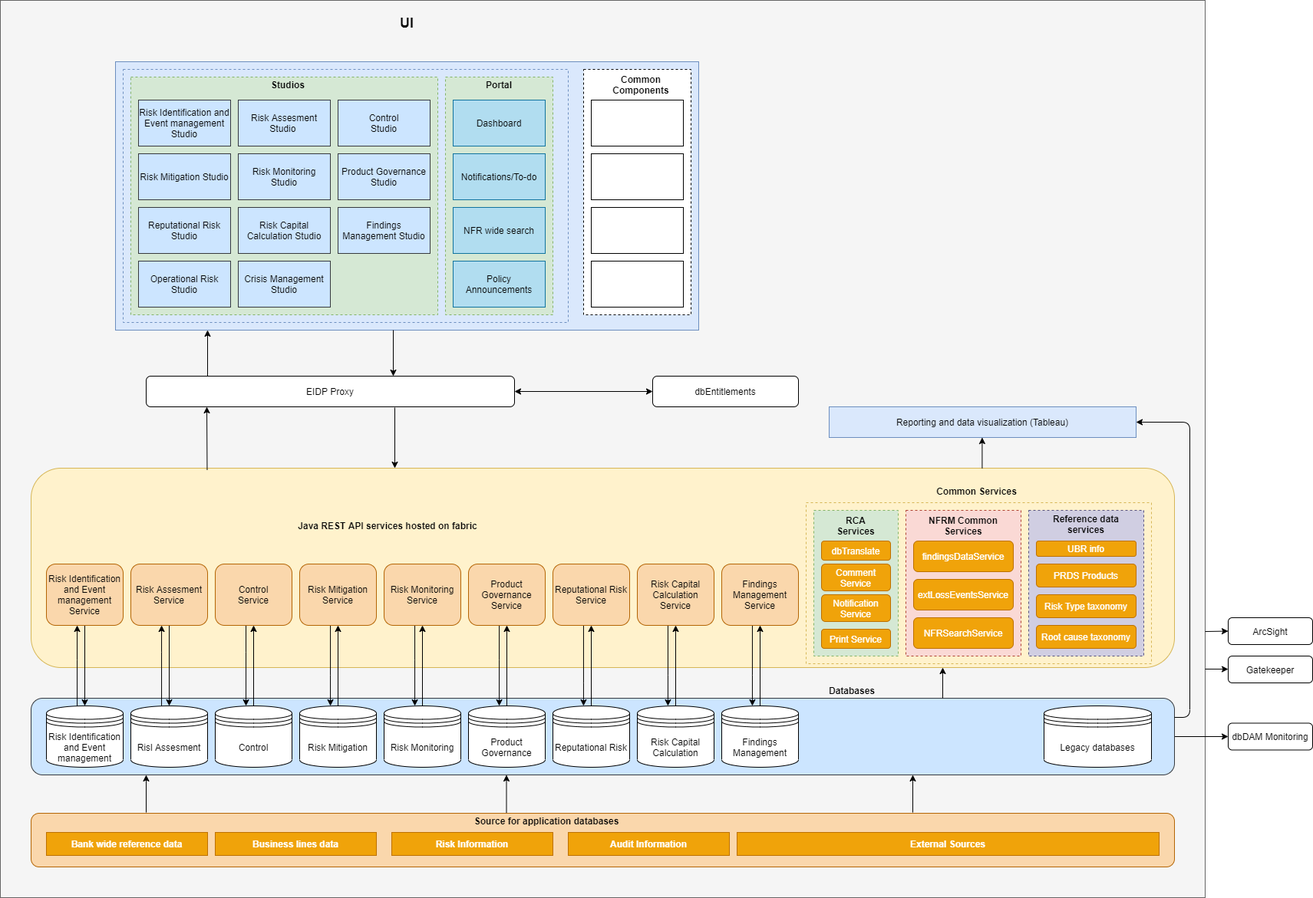
Above: dbfuse/technical architecture.png in kothawaderupesh/draw.io-diagrams (draw.io), before the change. Source tidied: cells renumbered, new cells last; positions are measured from the earlier drawing's top-left corner, leaving out a move shared by most shapes.
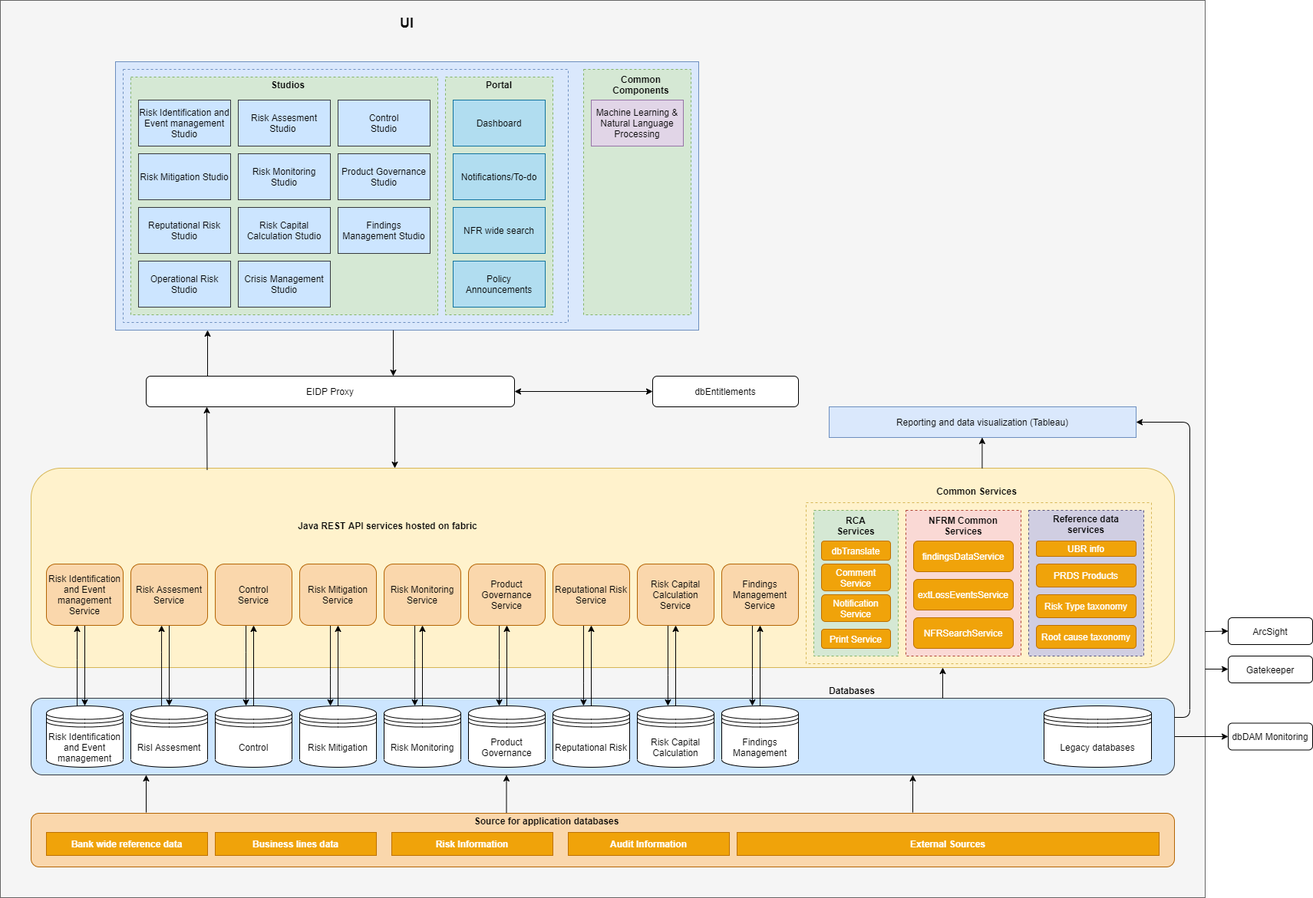
The same diagram one commit later.

Change to the diagram source:
```diff
@@ -305,21 +305,12 @@
     <mxCell id="87" value="Policy Announcements" style="rounded=0;whiteSpace=wrap;html=1;fillColor=#b1ddf0;strokeColor=#10739e;" parent="1" vertex="1">
       <mxGeometry x="590" y="340" width="120" height="60" as="geometry" />
     </mxCell>
-    <mxCell id="88" style="rounded=0;whiteSpace=wrap;html=1;dashed=1;" parent="1" vertex="1">
+    <mxCell id="88" style="rounded=0;whiteSpace=wrap;html=1;dashed=1;fillColor=#d5e8d4;strokeColor=#82b366;" parent="1" vertex="1">
       <mxGeometry x="760" y="90" width="140" height="320" as="geometry" />
     </mxCell>
-    <mxCell id="89" style="rounded=0;whiteSpace=wrap;html=1;" parent="1" vertex="1">
+    <mxCell id="89" value="Machine Learning &amp;amp; Natural Language Processing" style="rounded=0;whiteSpace=wrap;html=1;fillColor=#e1d5e7;strokeColor=#9673a6;" parent="1" vertex="1">
       <mxGeometry x="770" y="130" width="120" height="60" as="geometry" />
     </mxCell>
-    <mxCell id="90" style="rounded=0;whiteSpace=wrap;html=1;" parent="1" vertex="1">
-      <mxGeometry x="770" y="200" width="120" height="60" as="geometry" />
-    </mxCell>
-    <mxCell id="91" style="rounded=0;whiteSpace=wrap;html=1;" parent="1" vertex="1">
-      <mxGeometry x="770" y="270" width="120" height="60" as="geometry" />
-    </mxCell>
-    <mxCell id="92" style="rounded=0;whiteSpace=wrap;html=1;" parent="1" vertex="1">
-      <mxGeometry x="770" y="340" width="120" height="60" as="geometry" />
-    </mxCell>
     <mxCell id="93" value="Print Service" style="rounded=1;whiteSpace=wrap;html=1;fillColor=#f0a30a;strokeColor=#BD7000;fontColor=#ffffff;" parent="1" vertex="1">
       <mxGeometry x="1070" y="820" width="90" height="25" as="geometry" />
     </mxCell>
```
